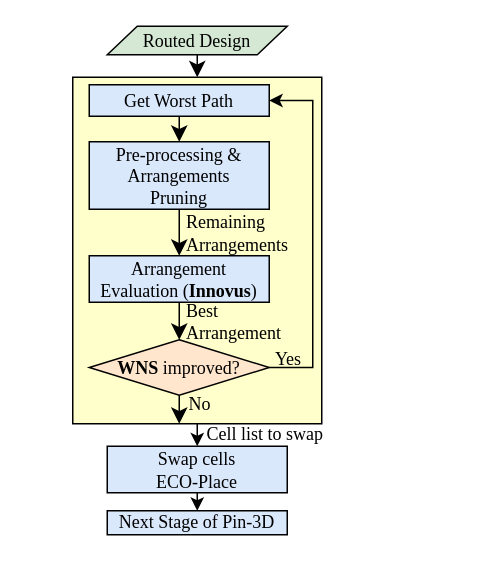
Before: page "Page-1" (1 of 2) of Untitled Diagram.drawio in roberthuang0306/tem, a draw.io diagram. Source tidied: cells renumbered, new cells numbered last; positions are measured from the earlier drawing's top-left corner, leaving out a move shared by most shapes. Both pictures are drawn from the tidied source at 150%, with x=0, y=0 at pixel (72, 26).
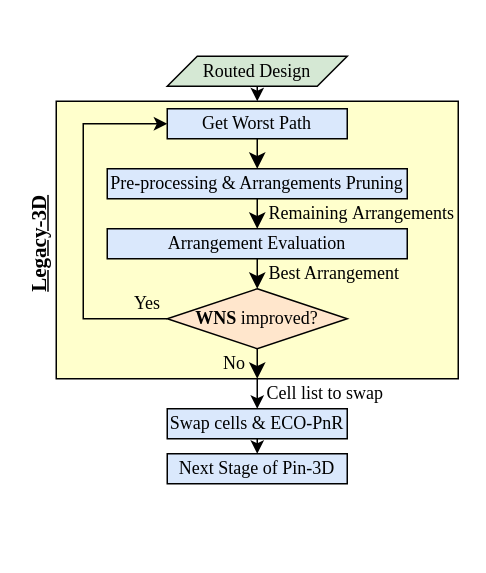
Above is the later version.

The edit, as a diff of the source:
```diff
@@
     <mxCell id="2" style="edgeStyle=orthogonalEdgeStyle;rounded=0;jettySize=auto;html=1;exitX=0.5;exitY=1;exitDx=0;exitDy=0;entryX=0.5;entryY=0;entryDx=0;entryDy=0;" parent="1" edge="1" target="23">
       <mxGeometry relative="1" as="geometry">
-        <mxPoint x="83" y="263" as="sourcePoint" />
+        <mxPoint x="123" y="235" as="sourcePoint" />
       </mxGeometry>
     </mxCell>
     <mxCell id="3" style="rounded=0;whiteSpace=wrap;html=1;fillColor=#FFFFCC;strokeColor=#000000;" parent="1" vertex="1">
-      <mxGeometry y="34" width="166" height="231" as="geometry" />
+      <mxGeometry x="-11" y="50" width="268" height="185" as="geometry" />
     </mxCell>
-    <mxCell id="4" style="edgeStyle=none;curved=1;rounded=0;jettySize=auto;html=1;exitX=0.5;exitY=1;exitDx=0;exitDy=0;entryX=0.5;entryY=0;entryDx=0;entryDy=0;fontSize=12;startSize=8;endSize=8;strokeColor=#000000;fontColor=#000000;fillColor=#ffe6cc;" parent="1" edge="1" source="5" target="3">
+    <mxCell id="4" style="edgeStyle=orthogonalEdgeStyle;rounded=0;jettySize=auto;html=1;exitX=0.5;exitY=1;exitDx=0;exitDy=0;entryX=0.5;entryY=0;entryDx=0;entryDy=0;" parent="1" edge="1" source="5" target="3">
       <mxGeometry relative="1" as="geometry" />
     </mxCell>
     <mxCell id="5" value="Routed Design" style="shape=parallelogram;perimeter=parallelogramPerimeter;whiteSpace=wrap;html=1;fixedSize=1;fontFamily=Times New Roman;fillColor=#d5e8d4;strokeColor=#000000;" parent="1" vertex="1">
-      <mxGeometry x="23" width="120" height="19" as="geometry" />
+      <mxGeometry x="63" y="20" width="120" height="20" as="geometry" />
     </mxCell>
@@
     <mxCell id="7" value="Get Worst Path" style="rounded=0;whiteSpace=wrap;html=1;fontFamily=Times New Roman;fillColor=#dae8fc;strokeColor=#000000;" parent="1" vertex="1">
-      <mxGeometry x="11" y="39" width="120" height="21" as="geometry" />
+      <mxGeometry x="63" y="55" width="120" height="20" as="geometry" />
     </mxCell>
@@
-    <mxCell id="9" value="Pre-processing &amp;amp;&lt;div&gt;Arrangements&lt;/div&gt;&lt;div&gt;Pruning&lt;/div&gt;" style="rounded=0;whiteSpace=wrap;html=1;fontFamily=Times New Roman;fillColor=#dae8fc;strokeColor=#000000;" parent="1" vertex="1">
-      <mxGeometry x="11" y="77" width="120" height="45" as="geometry" />
+    <mxCell id="9" value="Pre-processing &amp;amp; Arrangements Pruning" style="rounded=0;whiteSpace=wrap;html=1;fontFamily=Times New Roman;fillColor=#dae8fc;strokeColor=#000000;" parent="1" vertex="1">
+      <mxGeometry x="23" y="95" width="200" height="20" as="geometry" />
     </mxCell>
-    <mxCell id="10" value="Arrangement Evaluation (&lt;b&gt;Innovus&lt;/b&gt;)" style="rounded=0;whiteSpace=wrap;html=1;fontFamily=Times New Roman;fillColor=#dae8fc;strokeColor=#000000;" parent="1" vertex="1">
-      <mxGeometry x="11" y="153" width="120" height="31" as="geometry" />
+    <mxCell id="10" value="Arrangement Evaluation" style="rounded=0;whiteSpace=wrap;html=1;fontFamily=Times New Roman;fillColor=#dae8fc;strokeColor=#000000;" parent="1" vertex="1">
+      <mxGeometry x="23" y="135" width="200" height="20" as="geometry" />
     </mxCell>
-    <mxCell id="11" style="edgeStyle=none;curved=1;rounded=0;jettySize=auto;html=1;exitX=0.5;exitY=1;exitDx=0;exitDy=0;fontSize=12;startSize=8;endSize=8;strokeColor=#000000;fontColor=#000000;fillColor=#ffe6cc;" parent="1" edge="1" source="13">
-      <mxGeometry relative="1" as="geometry">
-        <mxPoint x="71" y="265" as="targetPoint" />
-      </mxGeometry>
+    <mxCell id="11" style="edgeStyle=none;curved=1;rounded=0;jettySize=auto;html=1;exitX=0.5;exitY=1;exitDx=0;exitDy=0;fontSize=12;startSize=8;endSize=8;strokeColor=#000000;fontColor=#000000;fillColor=#ffe6cc;entryX=0.5;entryY=1;entryDx=0;entryDy=0;" parent="1" edge="1" source="13" target="3">
+      <mxGeometry relative="1" as="geometry" />
     </mxCell>
-    <mxCell id="12" style="edgeStyle=orthogonalEdgeStyle;rounded=0;jettySize=auto;html=1;exitX=1;exitY=0.5;exitDx=0;exitDy=0;entryX=1;entryY=0.5;entryDx=0;entryDy=0;" parent="1" edge="1" source="13" target="7">
+    <mxCell id="12" style="edgeStyle=orthogonalEdgeStyle;rounded=0;jettySize=auto;html=1;exitX=0;exitY=0.5;exitDx=0;exitDy=0;entryX=0;entryY=0.5;entryDx=0;entryDy=0;" parent="1" edge="1" source="13" target="7">
       <mxGeometry relative="1" as="geometry">
         <Array as="points">
-          <mxPoint x="160" y="228" />
-          <mxPoint x="160" y="50" />
+          <mxPoint x="7" y="195" />
+          <mxPoint x="7" y="65" />
         </Array>
       </mxGeometry>
     </mxCell>
     <mxCell id="13" value="&lt;b&gt;WNS&lt;/b&gt; improved?" style="rhombus;whiteSpace=wrap;html=1;fontFamily=Times New Roman;fillColor=#ffe6cc;strokeColor=#000000;" parent="1" vertex="1">
-      <mxGeometry x="11" y="209" width="120" height="37" as="geometry" />
+      <mxGeometry x="63" y="175" width="120" height="40" as="geometry" />
     </mxCell>
@@
     <mxCell id="17" value="Yes" style="text;html=1;align=center;verticalAlign=middle;whiteSpace=wrap;rounded=0;fontSize=12;fontFamily=Times New Roman;strokeColor=none;fillColor=none;" parent="1" vertex="1">
-      <mxGeometry x="114" y="207" width="60" height="30" as="geometry" />
+      <mxGeometry x="40" y="175" width="20" height="20" as="geometry" />
     </mxCell>
     <mxCell id="18" value="No" style="text;html=1;align=center;verticalAlign=middle;whiteSpace=wrap;rounded=0;fontSize=12;fontFamily=Times New Roman;strokeColor=none;fillColor=none;" parent="1" vertex="1">
-      <mxGeometry x="55" y="237" width="60" height="30" as="geometry" />
+      <mxGeometry x="98" y="215" width="20" height="20" as="geometry" />
     </mxCell>
-    <mxCell id="19" value="&lt;font face=&quot;Times New Roman&quot;&gt;Remaining&lt;/font&gt;&lt;div&gt;&lt;font face=&quot;Times New Roman&quot;&gt;Arrangements&lt;/font&gt;&lt;/div&gt;" style="text;html=1;align=left;verticalAlign=middle;whiteSpace=wrap;rounded=0;" parent="1" vertex="1">
-      <mxGeometry x="74" y="123" width="60" height="30" as="geometry" />
+    <mxCell id="19" value="&lt;font face=&quot;Times New Roman&quot;&gt;Remaining&amp;nbsp;&lt;/font&gt;&lt;span style=&quot;font-family: &amp;quot;Times New Roman&amp;quot;;&quot;&gt;Arrangements&lt;/span&gt;" style="text;html=1;align=left;verticalAlign=middle;whiteSpace=wrap;rounded=0;" parent="1" vertex="1">
+      <mxGeometry x="129" y="115" width="129" height="20" as="geometry" />
     </mxCell>
     <mxCell id="20" value="&lt;font face=&quot;Times New Roman&quot;&gt;Best Arrangement&lt;/font&gt;" style="text;html=1;align=left;verticalAlign=middle;whiteSpace=wrap;rounded=0;" parent="1" vertex="1">
-      <mxGeometry x="74" y="182" width="67" height="30" as="geometry" />
+      <mxGeometry x="129" y="155" width="94" height="20" as="geometry" />
     </mxCell>
     <mxCell id="21" value="Cell list to swap" style="text;html=1;align=center;verticalAlign=middle;whiteSpace=wrap;rounded=0;fontFamily=Times New Roman;" parent="1" vertex="1">
-      <mxGeometry x="83" y="257" width="91" height="30" as="geometry" />
+      <mxGeometry x="123" y="235" width="91" height="20" as="geometry" />
     </mxCell>
@@
-    <mxCell id="23" value="Swap cells&lt;div&gt;ECO-Place&lt;/div&gt;" style="rounded=0;whiteSpace=wrap;html=1;fontFamily=Times New Roman;fillColor=#dae8fc;strokeColor=#000000;" parent="1" vertex="1">
-      <mxGeometry x="23" y="280" width="120" height="31" as="geometry" />
+    <mxCell id="23" value="Swap cells &amp;amp; ECO-PnR" style="rounded=0;whiteSpace=wrap;html=1;fontFamily=Times New Roman;fillColor=#dae8fc;strokeColor=#000000;" parent="1" vertex="1">
+      <mxGeometry x="63" y="255" width="120" height="20" as="geometry" />
     </mxCell>
     <mxCell id="24" value="Next Stage of Pin-3D" style="rounded=0;whiteSpace=wrap;html=1;fontFamily=Times New Roman;fillColor=#dae8fc;strokeColor=#000000;" parent="1" vertex="1">
-      <mxGeometry x="23" y="323" width="120" height="16" as="geometry" />
+      <mxGeometry x="63" y="285" width="120" height="20" as="geometry" />
     </mxCell>
@@
+    <mxCell id="26" value="&lt;font style=&quot;font-size: 14px;&quot; face=&quot;Times New Roman&quot;&gt;&lt;b&gt;&lt;u&gt;Legacy-3D&lt;/u&gt;&lt;/b&gt;&lt;/font&gt;" style="text;html=1;align=left;verticalAlign=middle;whiteSpace=wrap;rounded=0;rotation=-90;" parent="1" vertex="1">
+      <mxGeometry x="-55.5" y="135" width="68" height="20" as="geometry" />
+    </mxCell>
```
